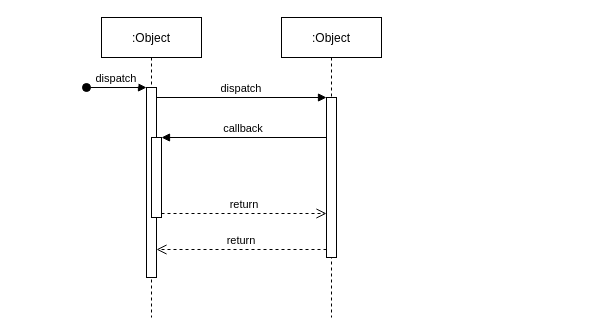
The draw.io diagram page "Page-1" (1 of 2) of SequenseDiagram.drawio in UselessNode/Educational-practice-Spring-2022, before the edit. Source tidied: cells renumbered, new cells numbered last; positions are measured from the earlier drawing's top-left corner, leaving out a move shared by most shapes. Both pictures are drawn from the tidied source at 100%, with x=0, y=0 at pixel (86, 17).
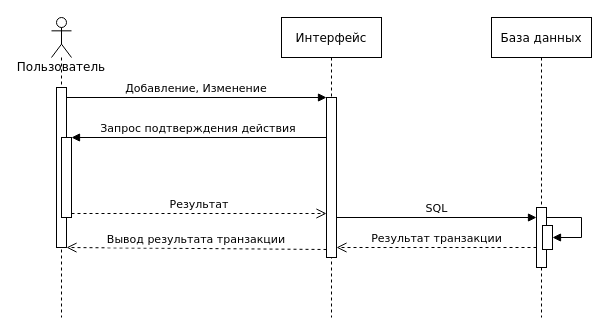
The same diagram, later.

The edit, as a diff of the source:
```diff
@@
-    <mxCell id="2" value=":Object" style="shape=umlLifeline;perimeter=lifelinePerimeter;rounded=0;shadow=0;strokeWidth=1;" parent="1" vertex="1">
-      <mxGeometry x="15" width="100" height="300" as="geometry" />
-    </mxCell>
-    <mxCell id="3" style="points=[];perimeter=orthogonalPerimeter;rounded=0;shadow=0;strokeWidth=1;" parent="2" vertex="1">
-      <mxGeometry x="45" y="70" width="10" height="190" as="geometry" />
-    </mxCell>
-    <mxCell id="4" value="dispatch" style="verticalAlign=bottom;startArrow=oval;endArrow=block;startSize=8;shadow=0;strokeWidth=1;" parent="2" edge="1" target="3">
-      <mxGeometry relative="1" as="geometry">
-        <mxPoint x="-15" y="70" as="sourcePoint" />
-      </mxGeometry>
-    </mxCell>
-    <mxCell id="5" style="points=[];perimeter=orthogonalPerimeter;rounded=0;shadow=0;strokeWidth=1;" parent="2" vertex="1">
-      <mxGeometry x="50" y="120" width="10" height="80" as="geometry" />
-    </mxCell>
-    <mxCell id="6" value=":Object" style="shape=umlLifeline;perimeter=lifelinePerimeter;rounded=0;shadow=0;strokeWidth=1;" parent="1" vertex="1">
+    <mxCell id="6" value="Интерфейс" style="shape=umlLifeline;perimeter=lifelinePerimeter;rounded=0;shadow=0;strokeWidth=1;fontFamily=Verdana;" parent="1" vertex="1">
       <mxGeometry x="195" width="100" height="300" as="geometry" />
     </mxCell>
-    <mxCell id="7" style="points=[];perimeter=orthogonalPerimeter;rounded=0;shadow=0;strokeWidth=1;" parent="6" vertex="1">
+    <mxCell id="7" style="points=[];perimeter=orthogonalPerimeter;rounded=0;shadow=0;strokeWidth=1;fontFamily=Verdana;" parent="6" vertex="1">
       <mxGeometry x="45" y="80" width="10" height="160" as="geometry" />
     </mxCell>
-    <mxCell id="8" value="return" style="verticalAlign=bottom;endArrow=open;dashed=1;endSize=8;exitX=0;exitY=0.95;shadow=0;strokeWidth=1;" parent="1" edge="1" source="7" target="3">
+    <mxCell id="8" value="Вывод результата транзакции" style="verticalAlign=bottom;endArrow=open;dashed=1;endSize=8;exitX=0;exitY=0.95;shadow=0;strokeWidth=1;fontFamily=Verdana;" parent="1" edge="1" source="7" target="3">
       <mxGeometry relative="1" as="geometry" />
     </mxCell>
-    <mxCell id="9" value="dispatch" style="verticalAlign=bottom;endArrow=block;entryX=0;entryY=0;shadow=0;strokeWidth=1;" parent="1" edge="1" source="3" target="7">
+    <mxCell id="9" value="Добавление, Изменение" style="verticalAlign=bottom;endArrow=block;entryX=0;entryY=0;shadow=0;strokeWidth=1;fontFamily=Verdana;" parent="1" edge="1" source="3" target="7">
       <mxGeometry relative="1" as="geometry" />
     </mxCell>
-    <mxCell id="10" value="callback" style="verticalAlign=bottom;endArrow=block;entryX=1;entryY=0;shadow=0;strokeWidth=1;" parent="1" edge="1" source="7" target="5">
+    <mxCell id="10" value="Запрос подтверждения действия" style="verticalAlign=bottom;endArrow=block;entryX=1;entryY=0;shadow=0;strokeWidth=1;fontFamily=Verdana;" parent="1" edge="1" source="7" target="5">
       <mxGeometry relative="1" as="geometry" />
     </mxCell>
-    <mxCell id="11" value="return" style="verticalAlign=bottom;endArrow=open;dashed=1;endSize=8;exitX=1;exitY=0.95;shadow=0;strokeWidth=1;" parent="1" edge="1" source="5" target="7">
+    <mxCell id="11" value="Результат" style="verticalAlign=bottom;endArrow=open;dashed=1;endSize=8;exitX=1;exitY=0.95;shadow=0;strokeWidth=1;fontFamily=Verdana;" parent="1" edge="1" source="5" target="7">
       <mxGeometry relative="1" as="geometry" />
     </mxCell>
+    <mxCell id="12" value="Пользователь" style="shape=umlLifeline;participant=umlActor;perimeter=lifelinePerimeter;whiteSpace=wrap;html=1;verticalAlign=top;spacingTop=36;fontFamily=Verdana;" parent="1" vertex="1">
+      <mxGeometry x="-35" width="20" height="300" as="geometry" />
+    </mxCell>
+    <mxCell id="3" style="points=[];perimeter=orthogonalPerimeter;rounded=0;shadow=0;strokeWidth=1;fontFamily=Verdana;" parent="12" vertex="1">
+      <mxGeometry x="5" y="70" width="10" height="160" as="geometry" />
+    </mxCell>
+    <mxCell id="5" style="points=[];perimeter=orthogonalPerimeter;rounded=0;shadow=0;strokeWidth=1;fontFamily=Verdana;" parent="12" vertex="1">
+      <mxGeometry x="10" y="120" width="10" height="80" as="geometry" />
+    </mxCell>
+    <mxCell id="13" value="База данных" style="shape=umlLifeline;perimeter=lifelinePerimeter;rounded=0;shadow=0;strokeWidth=1;fontFamily=Verdana;" parent="1" vertex="1">
+      <mxGeometry x="405" width="100" height="300" as="geometry" />
+    </mxCell>
+    <mxCell id="14" style="points=[];perimeter=orthogonalPerimeter;rounded=0;shadow=0;strokeWidth=1;fontFamily=Verdana;" parent="13" vertex="1">
+      <mxGeometry x="45" y="190" width="10" height="60" as="geometry" />
+    </mxCell>
+    <mxCell id="15" style="html=1;points=[];perimeter=orthogonalPerimeter;fontFamily=Verdana;" parent="13" vertex="1">
+      <mxGeometry x="51" y="208" width="10" height="24" as="geometry" />
+    </mxCell>
+    <mxCell id="16" style="edgeStyle=orthogonalEdgeStyle;html=1;align=left;spacingLeft=2;endArrow=block;rounded=0;fontFamily=Verdana;" parent="13" edge="1" source="14" target="15">
+      <mxGeometry relative="1" as="geometry">
+        <Array as="points">
+          <mxPoint x="90" y="200" />
+          <mxPoint x="90" y="220" />
+        </Array>
+      </mxGeometry>
+    </mxCell>
+    <mxCell id="17" value="SQL" style="html=1;verticalAlign=bottom;endArrow=block;rounded=0;fontFamily=Verdana;" parent="1" edge="1">
+      <mxGeometry relative="1" as="geometry">
+        <mxPoint x="250" y="200" as="sourcePoint" />
+        <mxPoint x="450" y="200" as="targetPoint" />
+      </mxGeometry>
+    </mxCell>
+    <mxCell id="18" value="Результат транзакции" style="html=1;verticalAlign=bottom;endArrow=open;dashed=1;endSize=8;rounded=0;fontFamily=Verdana;" parent="1" edge="1">
+      <mxGeometry relative="1" as="geometry">
+        <mxPoint x="450" y="230" as="sourcePoint" />
+        <mxPoint x="250" y="230" as="targetPoint" />
+      </mxGeometry>
+    </mxCell>
```
